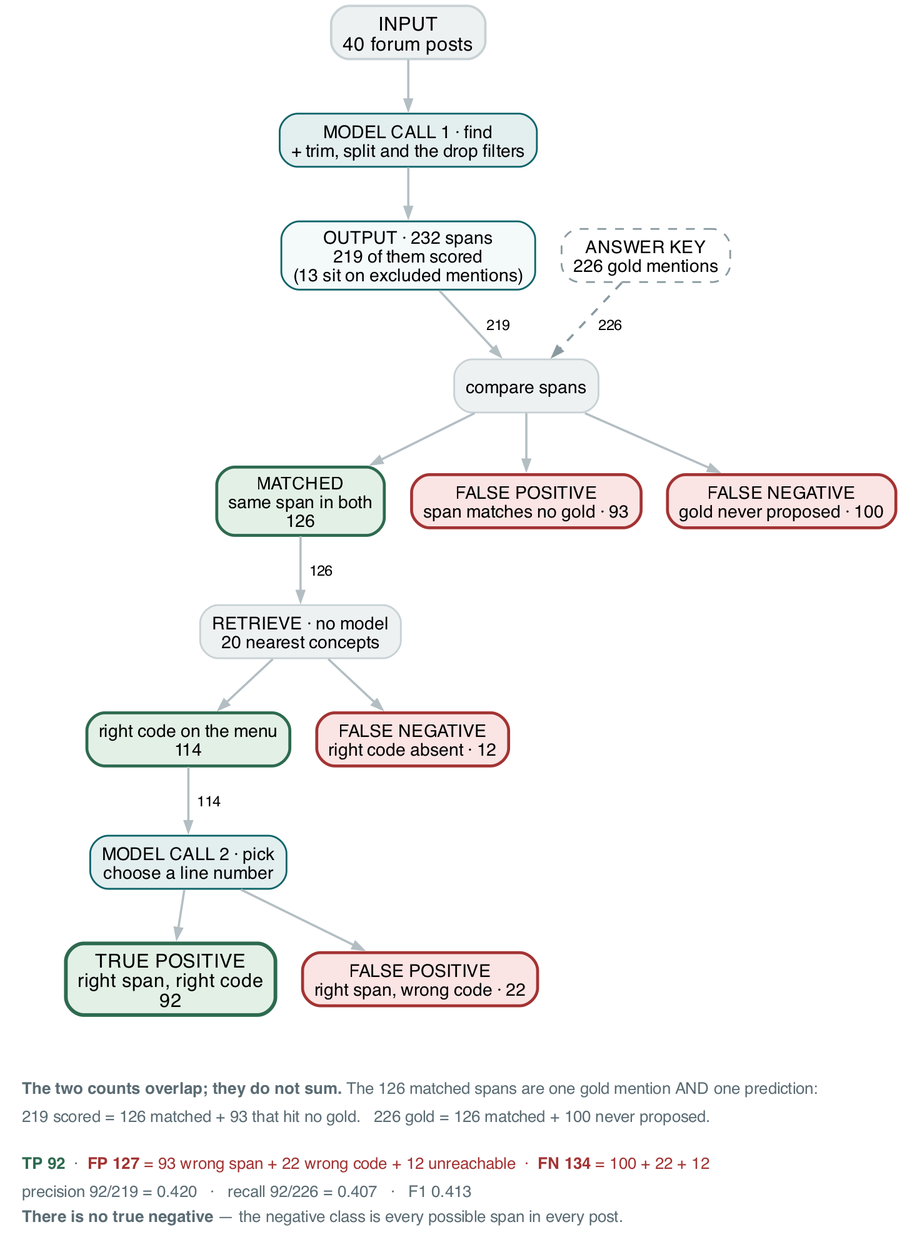
Above: docs/figures/fig9-funnel.png in wbagais/reliability-ladder (Graphviz), before the change. Its source is kept beside it as docs/figures/fig9-funnel.dot.
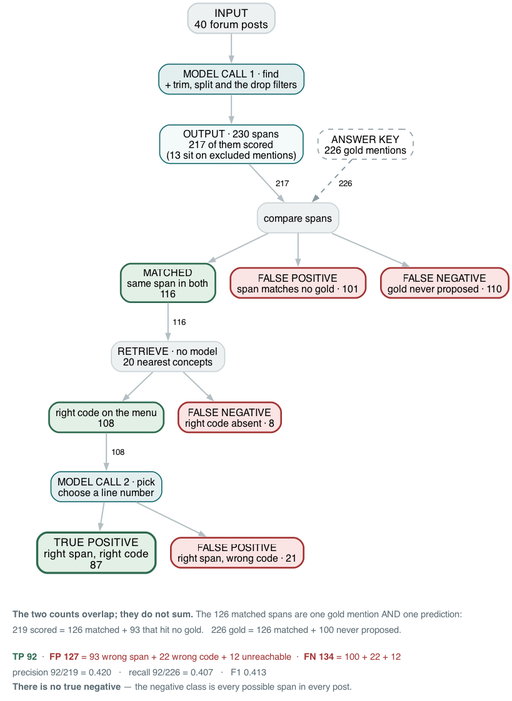
Above is the later version.

Commit message:
Article: every CADEC development-side number from the base run (rerun-cadec-d0/d1/d2); the judge re-measured with the menu; rung 3 by lane; contained decided on yield; fig 4 refreshed

The edit, as a diff of the source:
```diff
@@ -6,31 +6,31 @@
 
   input [label="INPUT\n40 forum posts" fillcolor="#eef1f2" fontsize=13 penwidth=1.6];
   find  [label="MODEL CALL 1 · find\n+ trim, split and the drop filters" fillcolor="#e3eeef" color="#0c6469"];
-  out1  [label="OUTPUT · 232 spans\n219 of them scored\n(13 sit on excluded mentions)" fillcolor="#f4fafa" color="#0c6469"];
+  out1  [label="OUTPUT · 230 spans\n217 of them scored\n(13 sit on excluded mentions)" fillcolor="#f4fafa" color="#0c6469"];
 
   key   [label="ANSWER KEY\n226 gold mentions" fillcolor="#ffffff" color="#8a9aa1"
          style="dashed,rounded" fontsize=12];
   cmp   [label="compare spans" fillcolor="#eef1f2" shape=box];
 
-  found [label="MATCHED\nsame span in both\n126" fillcolor="#e3f0e6" color="#2d6a4f" penwidth=2];
-  fp1   [label="FALSE POSITIVE\nspan matches no gold · 93" fillcolor="#fbe4e4" color="#a33333" penwidth=2];
-  fn1   [label="FALSE NEGATIVE\ngold never proposed · 100" fillcolor="#fbe4e4" color="#a33333" penwidth=2];
+  found [label="MATCHED\nsame span in both\n116" fillcolor="#e3f0e6" color="#2d6a4f" penwidth=2];
+  fp1   [label="FALSE POSITIVE\nspan matches no gold · 101" fillcolor="#fbe4e4" color="#a33333" penwidth=2];
+  fn1   [label="FALSE NEGATIVE\ngold never proposed · 110" fillcolor="#fbe4e4" color="#a33333" penwidth=2];
 
   ret    [label="RETRIEVE · no model\n20 nearest concepts" fillcolor="#eef1f2"];
-  onmenu [label="right code on the menu\n114" fillcolor="#e3f0e6" color="#2d6a4f" penwidth=2];
-  fn2    [label="FALSE NEGATIVE\nright code absent · 12" fillcolor="#fbe4e4" color="#a33333" penwidth=2];
+  onmenu [label="right code on the menu\n108" fillcolor="#e3f0e6" color="#2d6a4f" penwidth=2];
+  fn2    [label="FALSE NEGATIVE\nright code absent · 8" fillcolor="#fbe4e4" color="#a33333" penwidth=2];
 
   pick   [label="MODEL CALL 2 · pick\nchoose a line number" fillcolor="#e3eeef" color="#0c6469"];
-  tp     [label="TRUE POSITIVE\nright span, right code\n92" fillcolor="#e3f0e6" color="#2d6a4f" penwidth=2.5 fontsize=13];
-  fp2    [label="FALSE POSITIVE\nright span, wrong code · 22" fillcolor="#fbe4e4" color="#a33333" penwidth=2];
+  tp     [label="TRUE POSITIVE\nright span, right code\n87" fillcolor="#e3f0e6" color="#2d6a4f" penwidth=2.5 fontsize=13];
+  fp2    [label="FALSE POSITIVE\nright span, wrong code · 21" fillcolor="#fbe4e4" color="#a33333" penwidth=2];
 
   input -> find -> out1;
-  out1 -> cmp [label="  219"];
+  out1 -> cmp [label="  217"];
   key  -> cmp [label="  226  " style=dashed color="#8a9aa1"];
   cmp -> found; cmp -> fp1; cmp -> fn1;
-  found -> ret [label="  126"];
+  found -> ret [label="  116"];
   ret -> onmenu; ret -> fn2;
-  onmenu -> pick [label="  114"];
+  onmenu -> pick [label="  108"];
   pick -> tp; pick -> fp2;
 
   { rank=same; out1; key }
```
